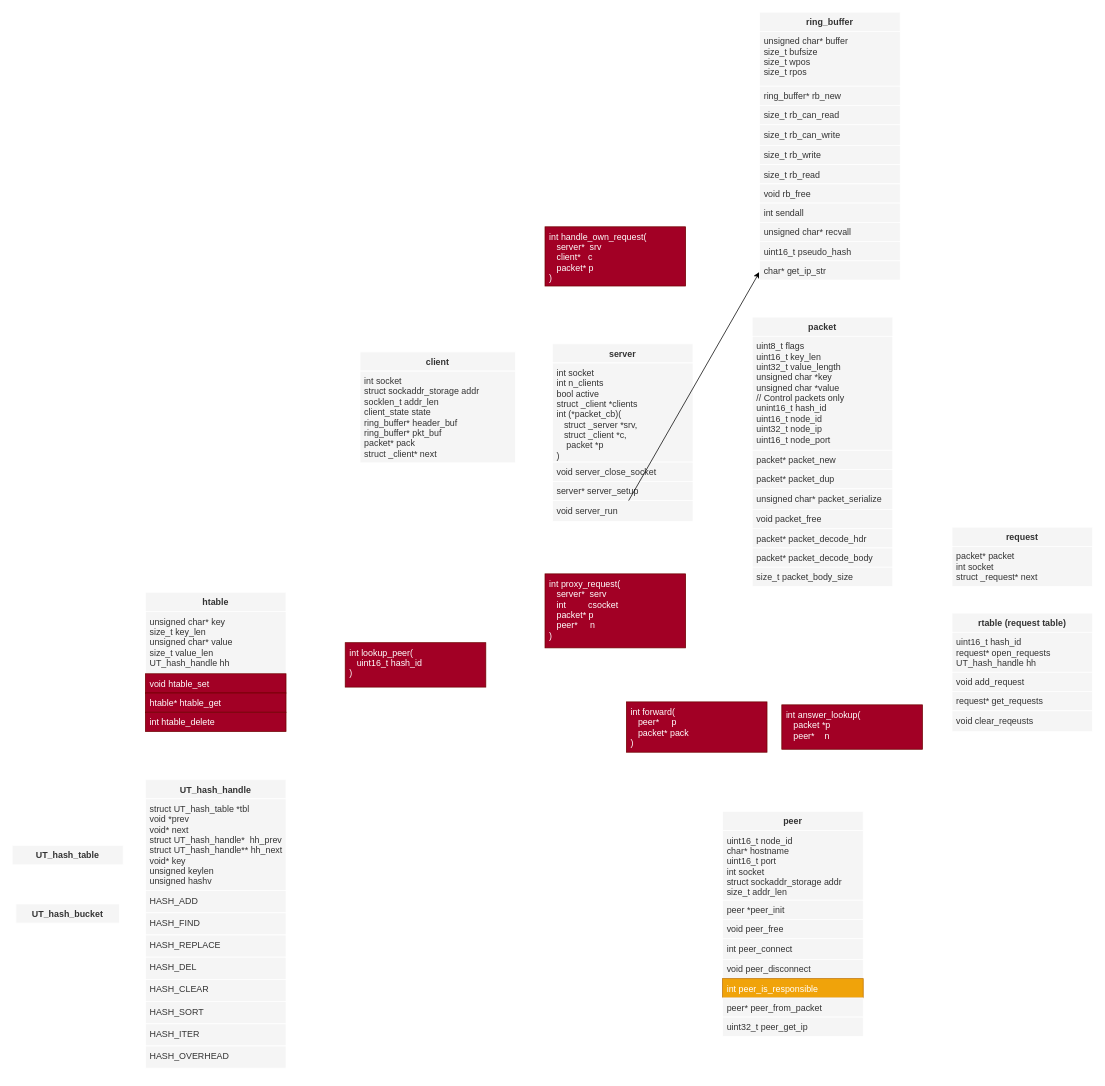
DerBrunoIR/tkn_project_2 keeps this draw.io diagram as praxis2.drawio. Above is the earlier version. Source tidied: cells renumbered, new cells numbered last; positions are measured from the earlier drawing's top-left corner, leaving out a move shared by most shapes. Both pictures are drawn from the tidied source at 74%, with x=0, y=0 at pixel (12, 12).
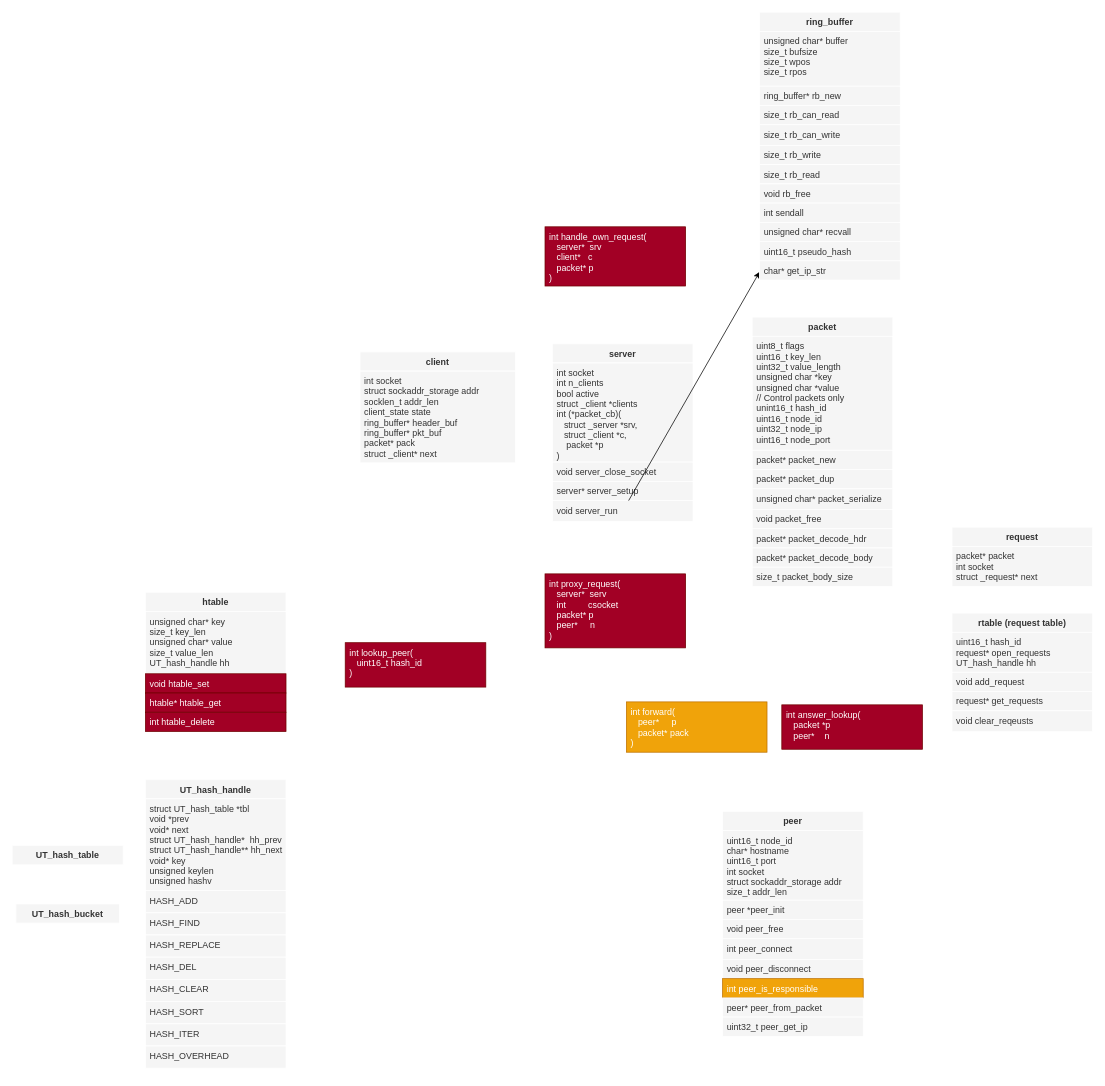
Above is the later version.

What changed in the source:
```diff
@@
-    <mxCell id="74" value="int forward(&#10;   peer*     p&#10;   packet* pack&#10;)" style="text;align=left;verticalAlign=top;spacingLeft=4;spacingRight=4;overflow=hidden;points=[[0,0.5],[1,0.5]];portConstraint=eastwest;labelBackgroundColor=none;fillColor=#a20025;strokeColor=#6F0000;fontColor=#ffffff;fontFamily=JetBrains Mono;FType=g;" parent="1" vertex="1">
+    <mxCell id="74" value="int forward(&#10;   peer*     p&#10;   packet* pack&#10;)" style="text;align=left;verticalAlign=top;spacingLeft=4;spacingRight=4;overflow=hidden;points=[[0,0.5],[1,0.5]];portConstraint=eastwest;labelBackgroundColor=none;fillColor=#f0a30a;strokeColor=#BD7000;fontColor=#ffffff;fontFamily=JetBrains Mono;FType=g;" parent="1" vertex="1">
       <mxGeometry x="830" y="932" width="190" height="68" as="geometry" />
     </mxCell>
```
